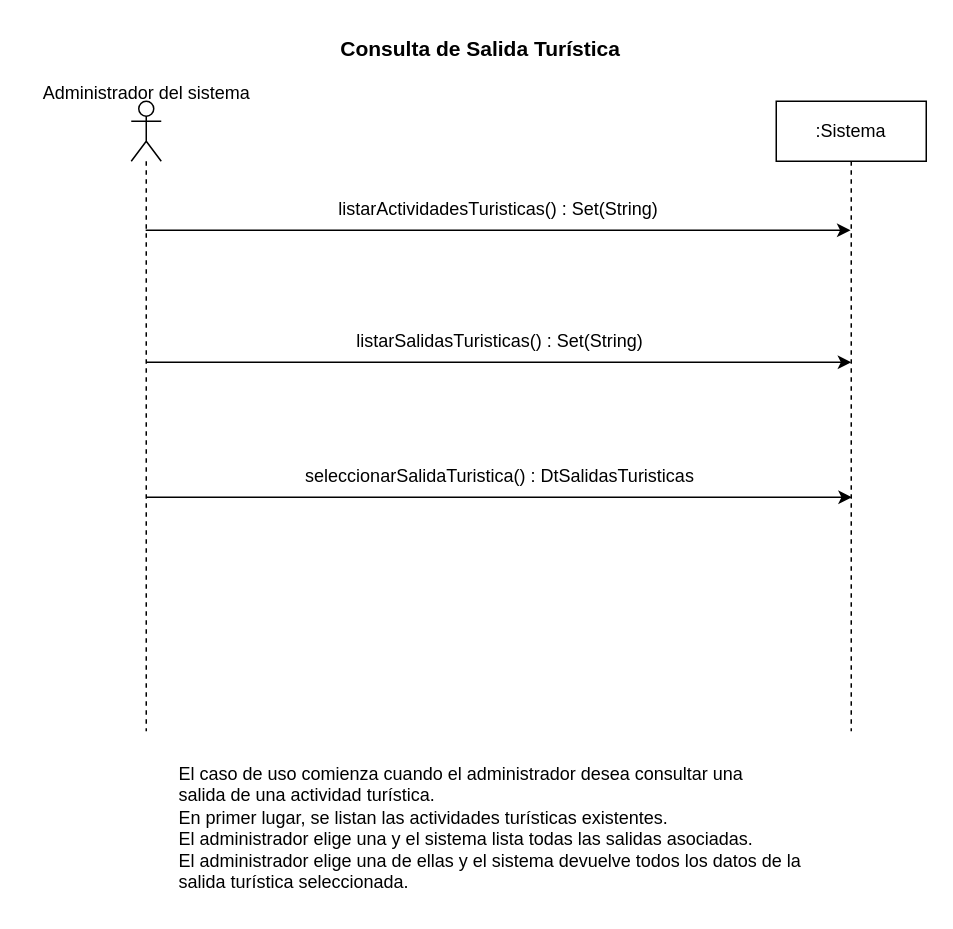
Above: page "CU7_ConsultaSalidaTurística" (5 of 8) of resources/Tarea1.drawio in rofernandezm/Tencnoinf_Pap2025_Tarea1 (draw.io), before the change. Source tidied: cells renumbered, new cells numbered last; positions are measured from the earlier drawing's top-left corner, leaving out a move shared by most shapes. Both pictures are drawn from the tidied source at 150%, with x=0, y=0 at pixel (26, 26).
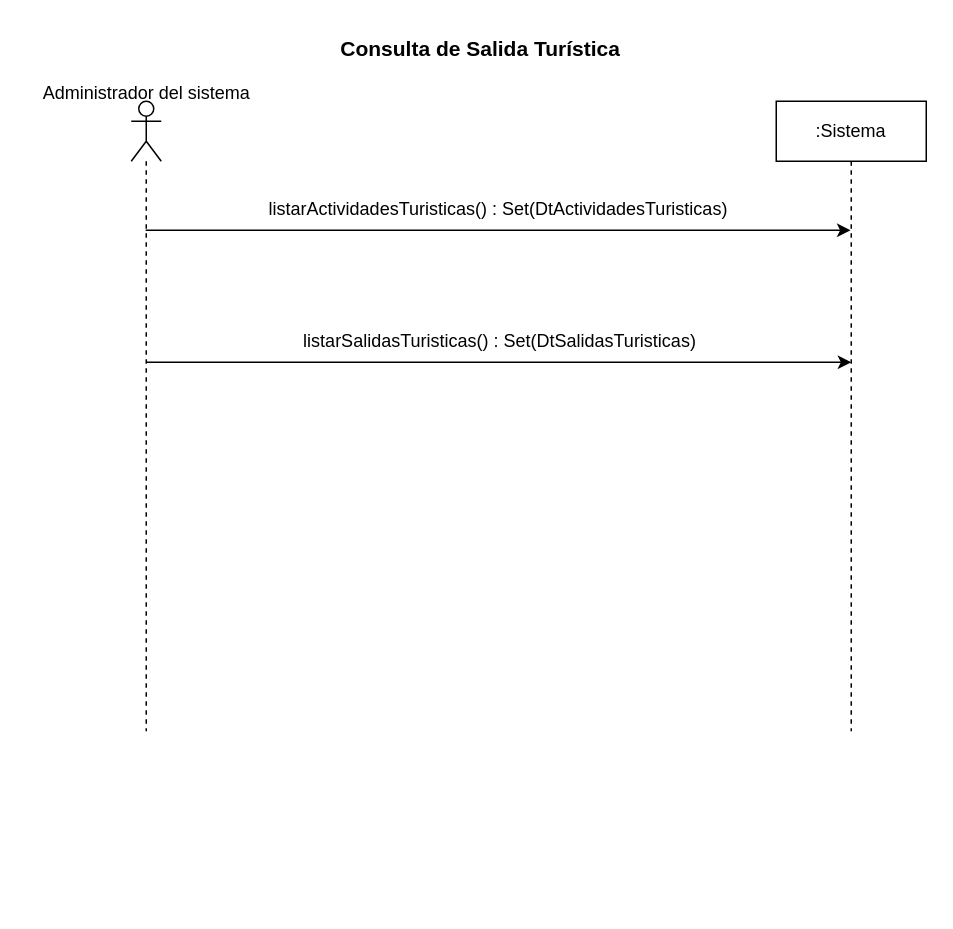
Above is the later version.

Change to the diagram source:
```diff
@@
 <mxGraphModel>
   <root>
     <mxCell id="0" />
     <mxCell id="1" parent="0" />
     <mxCell id="2" value="Consulta de Salida Turística&amp;nbsp;" style="text;html=1;align=center;verticalAlign=middle;whiteSpace=wrap;rounded=0;fontStyle=1;fontSize=14;" parent="1" vertex="1">
       <mxGeometry x="190" width="230" height="30" as="geometry" />
     </mxCell>
     <mxCell id="3" style="endArrow=classic;html=1;rounded=0;" parent="1" edge="1">
       <mxGeometry relative="1" as="geometry">
         <mxPoint x="79.6" y="136" as="sourcePoint" />
         <mxPoint x="549.5" y="136" as="targetPoint" />
       </mxGeometry>
     </mxCell>
     <mxCell id="4" style="shape=umlLifeline;perimeter=lifelinePerimeter;whiteSpace=wrap;html=1;newEdgeStyle={&quot;curved&quot;:0,&quot;rounded&quot;:0};participant=umlActor;" parent="1" vertex="1">
       <mxGeometry x="70" y="50" width="20" height="420" as="geometry" />
     </mxCell>
     <mxCell id="5" value=":Sistema" style="shape=umlLifeline;perimeter=lifelinePerimeter;whiteSpace=wrap;html=1;newEdgeStyle={&quot;curved&quot;:0,&quot;rounded&quot;:0};" parent="1" vertex="1">
       <mxGeometry x="500" y="50" width="100" height="420" as="geometry" />
     </mxCell>
     <mxCell id="6" value="Administrador del sistema" style="text;html=1;align=center;verticalAlign=middle;strokeColor=none;fillColor=none;" parent="1" vertex="1">
       <mxGeometry y="30" width="160" height="30" as="geometry" />
     </mxCell>
-    <mxCell id="7" value="listarActividadesTuristicas() : Set(String)" style="text;html=1;align=center;verticalAlign=middle;whiteSpace=wrap;rounded=0;" parent="1" vertex="1">
+    <mxCell id="7" value="listarActividadesTuristicas() : Set(DtActividadesTuristicas)" style="text;html=1;align=center;verticalAlign=middle;whiteSpace=wrap;rounded=0;" parent="1" vertex="1">
       <mxGeometry x="145" y="107" width="340" height="30" as="geometry" />
     </mxCell>
     <mxCell id="8" style="endArrow=classic;html=1;rounded=0;" parent="1" edge="1">
       <mxGeometry relative="1" as="geometry">
         <mxPoint x="80.1" y="224" as="sourcePoint" />
         <mxPoint x="550" y="224" as="targetPoint" />
       </mxGeometry>
     </mxCell>
-    <mxCell id="9" value="listarSalidasTuristicas() : Set(String)" style="text;html=1;align=center;verticalAlign=middle;whiteSpace=wrap;rounded=0;" parent="1" vertex="1">
+    <mxCell id="9" value="listarSalidasTuristicas() : Set(DtSalidasTuristicas)" style="text;html=1;align=center;verticalAlign=middle;whiteSpace=wrap;rounded=0;" parent="1" vertex="1">
       <mxGeometry x="145.5" y="195" width="340" height="30" as="geometry" />
     </mxCell>
-    <mxCell id="10" value="El caso de uso comienza cuando el administrador desea consultar una &lt;br&gt;salida de una actividad turística.&amp;nbsp;&lt;div&gt;En primer lugar, se listan las actividades turísticas existentes.&amp;nbsp;&lt;/div&gt;&lt;div&gt;El administrador elige una y el sistema lista todas las salidas asociadas.&amp;nbsp;&lt;/div&gt;&lt;div&gt;El  administrador  elige  una de ellas  y  el  sistema devuelve todos los datos de la salida turística seleccionada.&lt;/div&gt;" style="text;whiteSpace=wrap;html=1;" parent="1" vertex="1">
-      <mxGeometry x="100" y="485" width="430" height="100" as="geometry" />
-    </mxCell>
-    <mxCell id="11" style="endArrow=classic;html=1;rounded=0;" parent="1" edge="1">
-      <mxGeometry relative="1" as="geometry">
-        <mxPoint x="80.5" y="314" as="sourcePoint" />
-        <mxPoint x="550.4" y="314" as="targetPoint" />
-      </mxGeometry>
-    </mxCell>
-    <mxCell id="12" value="seleccionarSalidaTuristica() : DtSalidasTuristicas" style="text;html=1;align=center;verticalAlign=middle;whiteSpace=wrap;rounded=0;" parent="1" vertex="1">
-      <mxGeometry x="145.9" y="285" width="340" height="30" as="geometry" />
-    </mxCell>
   </root>
 </mxGraphModel>
```
